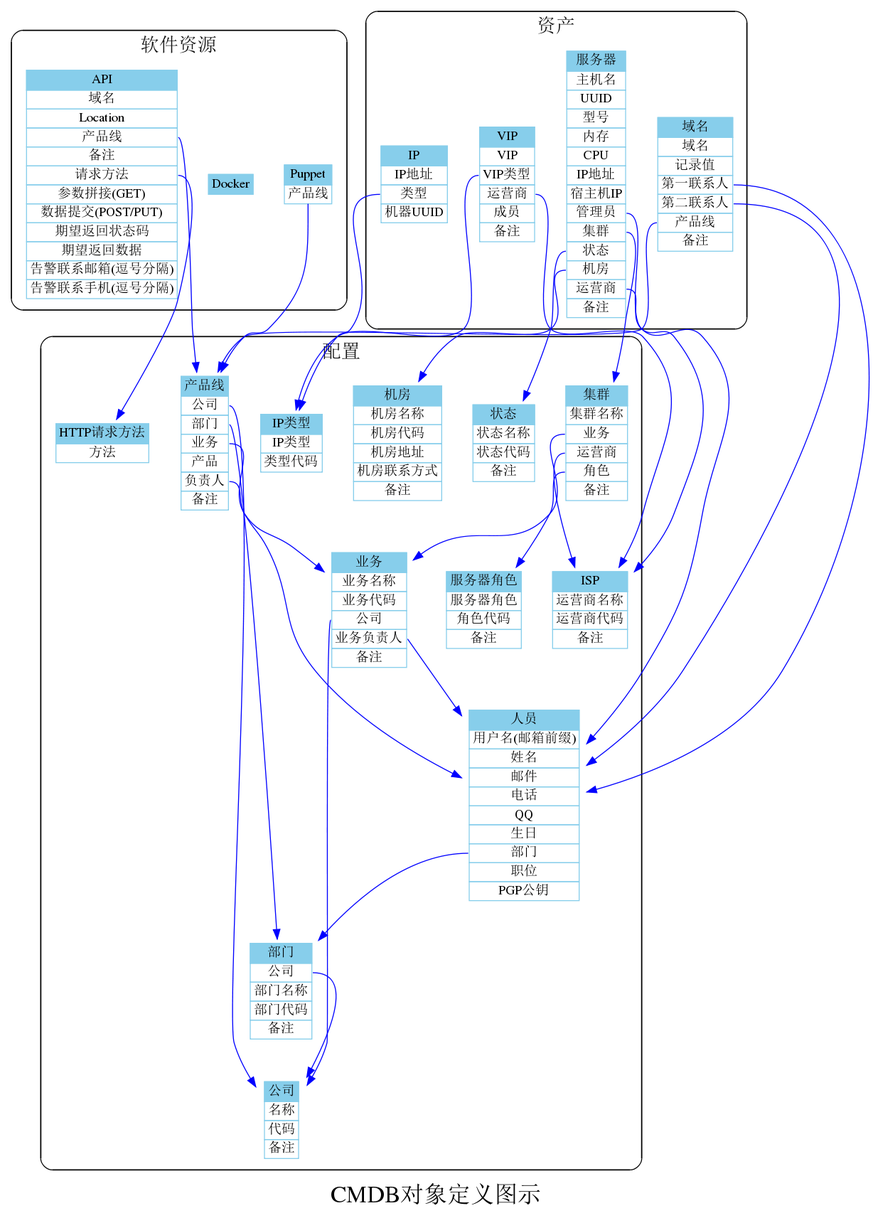
Above: cmdb/yourcmdb/gen-object-xml/cmdb.png in annProg/learn (Graphviz), before the change. Its source is kept beside it as cmdb/yourcmdb/gen-object-xml/cmdb.dot.
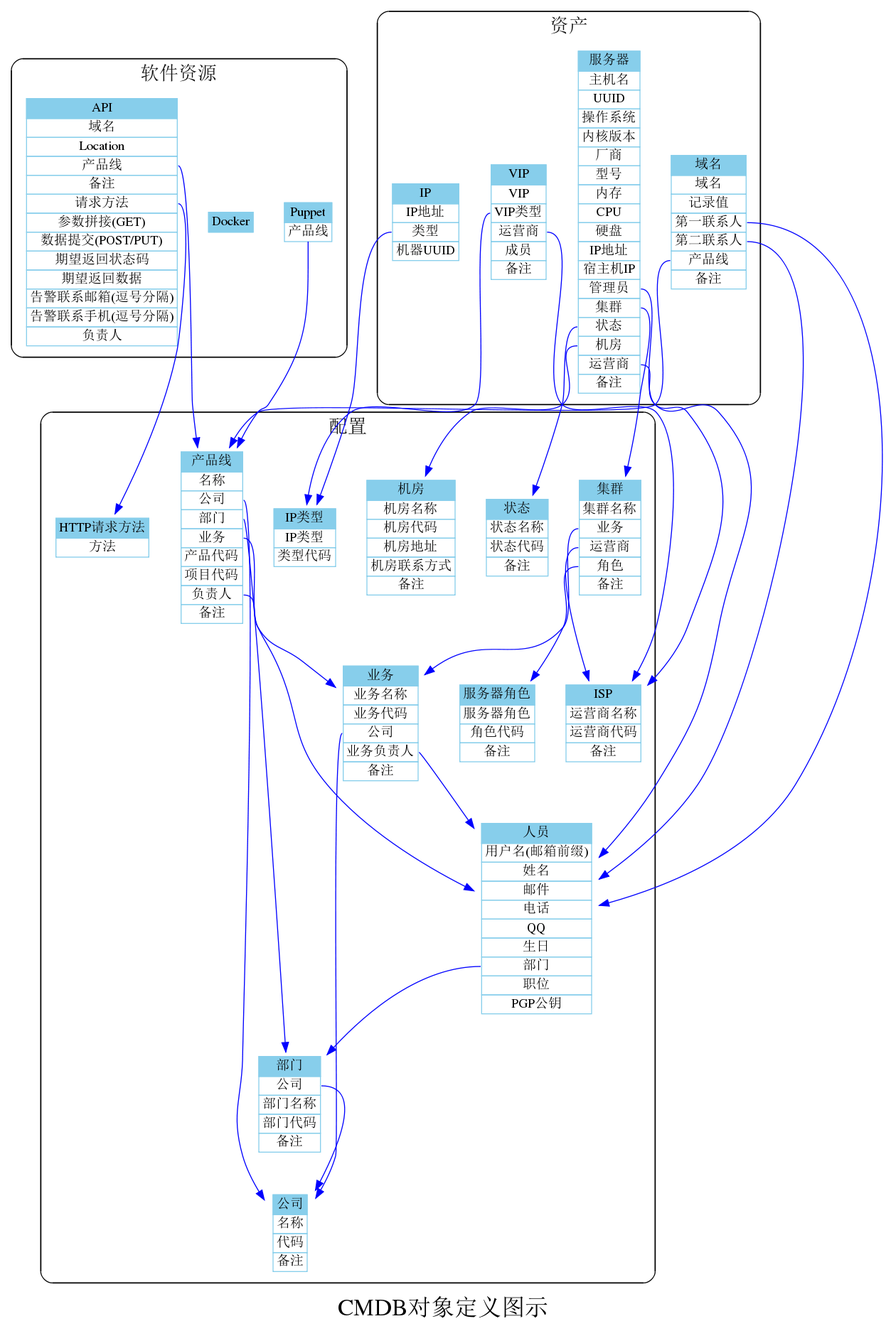
Above is the later version.

The edit, as a diff of the source:
```diff
@@ -13,11 +13,11 @@
         "ISP" [color="skyblue", shape="plaintext", label=<<table border="0" cellborder="1" cellspacing="0" align="left"><tr><td bgcolor="skyblue">ISP</td></tr><tr><td port="isp">运营商名称</td></tr><tr><td port="code">运营商代码</td></tr><tr><td port="comment">备注</td></tr></table>>];
         "部门":corp -> "公司" [color="blue",side="l"];
         "部门" [color="skyblue", shape="plaintext", label=<<table border="0" cellborder="1" cellspacing="0" align="left"><tr><td bgcolor="skyblue">部门</td></tr><tr><td port="corp">公司</td></tr><tr><td port="name">部门名称</td></tr><tr><td port="code">部门代码</td></tr><tr><td port="comment">备注</td></tr></table>>];
-        "产品线":level1 -> "公司" [color="blue",side="l"];
-        "产品线":level2 -> "部门" [color="blue",side="l"];
-        "产品线":level3 -> "业务" [color="blue",side="l"];
+        "产品线":corp -> "公司" [color="blue",side="l"];
+        "产品线":derp -> "部门" [color="blue",side="l"];
+        "产品线":business -> "业务" [color="blue",side="l"];
         "产品线":contact -> "人员" [color="blue",side="l"];
-        "产品线" [color="skyblue", shape="plaintext", label=<<table border="0" cellborder="1" cellspacing="0" align="left"><tr><td bgcolor="skyblue">产品线</td></tr><tr><td port="level1">公司</td></tr><tr><td port="level2">部门</td></tr><tr><td port="level3">业务</td></tr><tr><td port="level4">产品</td></tr><tr><td port="contact">负责人</td></tr><tr><td port="comment">备注</td></tr></table>>];
+        "产品线" [color="skyblue", shape="plaintext", label=<<table border="0" cellborder="1" cellspacing="0" align="left"><tr><td bgcolor="skyblue">产品线</td></tr><tr><td port="name">名称</td></tr><tr><td port="corp">公司</td></tr><tr><td port="derp">部门</td></tr><tr><td port="business">业务</td></tr><tr><td port="product">产品代码</td></tr><tr><td port="project">项目代码</td></tr><tr><td port="contact">负责人</td></tr><tr><td port="comment">备注</td></tr></table>>];
         "服务器角色" [color="skyblue", shape="plaintext", label=<<table border="0" cellborder="1" cellspacing="0" align="left"><tr><td bgcolor="skyblue">服务器角色</td></tr><tr><td port="role">服务器角色</td></tr><tr><td port="code">角色代码</td></tr><tr><td port="comment">备注</td></tr></table>>];
         "公司" [color="skyblue", shape="plaintext", label=<<table border="0" cellborder="1" cellspacing="0" align="left"><tr><td bgcolor="skyblue">公司</td></tr><tr><td port="name">名称</td></tr><tr><td port="code">代码</td></tr><tr><td port="comment">备注</td></tr></table>>];
         "机房" [color="skyblue", shape="plaintext", label=<<table border="0" cellborder="1" cellspacing="0" align="left"><tr><td bgcolor="skyblue">机房</td></tr><tr><td port="idc">机房名称</td></tr><tr><td port="code">机房代码</td></tr><tr><td port="address">机房地址</td></tr><tr><td port="contact">机房联系方式</td></tr><tr><td port="comment">备注</td></tr></table>>];
@@ -40,7 +40,7 @@
 
         "API":product -> "产品线" [color="blue",side="l"];
         "API":method -> "HTTP请求方法" [color="blue",side="l"];
-        "API" [color="skyblue", shape="plaintext", label=<<table border="0" cellborder="1" cellspacing="0" align="left"><tr><td bgcolor="skyblue">API</td></tr><tr><td port="domain">域名</td></tr><tr><td port="location">Location</td></tr><tr><td port="product">产品线</td></tr><tr><td port="comment">备注</td></tr><tr><td port="method">请求方法</td></tr><tr><td port="param">参数拼接(GET)</td></tr><tr><td port="data">数据提交(POST/PUT)</td></tr><tr><td port="responsecode">期望返回状态码</td></tr><tr><td port="responsedata">期望返回数据</td></tr><tr><td port="alertemail">告警联系邮箱(逗号分隔)</td></tr><tr><td port="alertphone">告警联系手机(逗号分隔)</td></tr></table>>];
+        "API" [color="skyblue", shape="plaintext", label=<<table border="0" cellborder="1" cellspacing="0" align="left"><tr><td bgcolor="skyblue">API</td></tr><tr><td port="domain">域名</td></tr><tr><td port="location">Location</td></tr><tr><td port="product">产品线</td></tr><tr><td port="comment">备注</td></tr><tr><td port="method">请求方法</td></tr><tr><td port="param">参数拼接(GET)</td></tr><tr><td port="data">数据提交(POST/PUT)</td></tr><tr><td port="responsecode">期望返回状态码</td></tr><tr><td port="responsedata">期望返回数据</td></tr><tr><td port="alertemail">告警联系邮箱(逗号分隔)</td></tr><tr><td port="alertphone">告警联系手机(逗号分隔)</td></tr><tr><td port="contact">负责人</td></tr></table>>];
         "Docker" [color="skyblue", shape="plaintext", label=<<table border="0" cellborder="1" cellspacing="0" align="left"><tr><td bgcolor="skyblue">Docker</td></tr></table>>];
         "Puppet":product -> "产品线" [color="blue",side="l"];
         "Puppet" [color="skyblue", shape="plaintext", label=<<table border="0" cellborder="1" cellspacing="0" align="left"><tr><td bgcolor="skyblue">Puppet</td></tr><tr><td port="product">产品线</td></tr></table>>];
@@ -61,7 +61,7 @@
         "服务器":status -> "状态" [color="blue",side="l"];
         "服务器":location -> "机房" [color="blue",side="l"];
         "服务器":isp -> "ISP" [color="blue",side="l"];
-        "服务器" [color="skyblue", shape="plaintext", label=<<table border="0" cellborder="1" cellspacing="0" align="left"><tr><td bgcolor="skyblue">服务器</td></tr><tr><td port="hostname">主机名</td></tr><tr><td port="uuid">UUID</td></tr><tr><td port="model">型号</td></tr><tr><td port="mem">内存</td></tr><tr><td port="cpu">CPU</td></tr><tr><td port="ip">IP地址</td></tr><tr><td port="hypervisor-ip">宿主机IP</td></tr><tr><td port="administrator">管理员</td></tr><tr><td port="cluster">集群</td></tr><tr><td port="status">状态</td></tr><tr><td port="location">机房</td></tr><tr><td port="isp">运营商</td></tr><tr><td port="comment">备注</td></tr></table>>];
+        "服务器" [color="skyblue", shape="plaintext", label=<<table border="0" cellborder="1" cellspacing="0" align="left"><tr><td bgcolor="skyblue">服务器</td></tr><tr><td port="hostname">主机名</td></tr><tr><td port="uuid">UUID</td></tr><tr><td port="system">操作系统</td></tr><tr><td port="kernel">内核版本</td></tr><tr><td port="vendor">厂商</td></tr><tr><td port="model">型号</td></tr><tr><td port="mem">内存</td></tr><tr><td port="cpu">CPU</td></tr><tr><td port="disk">硬盘</td></tr><tr><td port="ip">IP地址</td></tr><tr><td port="hypervisor-ip">宿主机IP</td></tr><tr><td port="administrator">管理员</td></tr><tr><td port="cluster">集群</td></tr><tr><td port="status">状态</td></tr><tr><td port="location">机房</td></tr><tr><td port="isp">运营商</td></tr><tr><td port="comment">备注</td></tr></table>>];
         "域名":contact1 -> "人员" [color="blue",side="l"];
         "域名":contact2 -> "人员" [color="blue",side="l"];
         "域名":product -> "产品线" [color="blue",side="l"];
```
